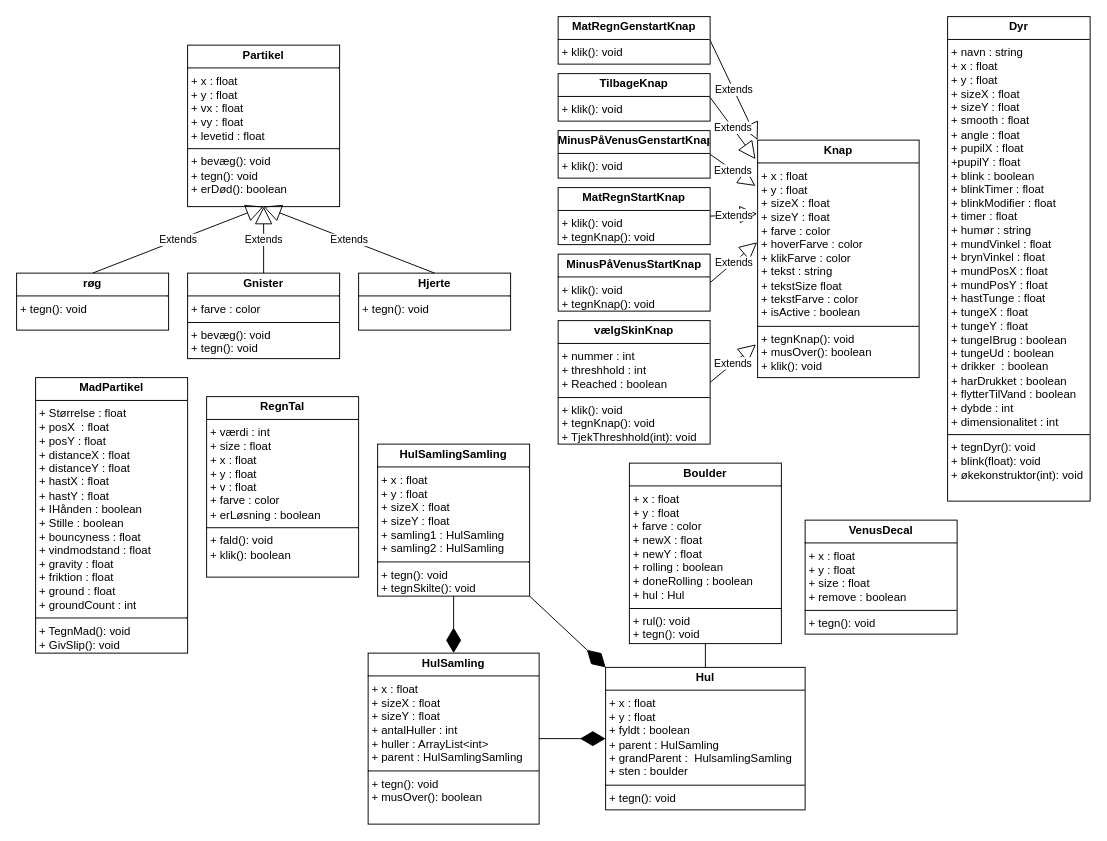
The draw.io diagram Klasse diagram kledyr.drawio in Penyatta/Digitalt-k-ledyr, before the edit. Source tidied: cells renumbered, new cells numbered last; positions are measured from the earlier drawing's top-left corner, leaving out a move shared by most shapes. Both pictures are drawn from the tidied source at 95%, with x=0, y=0 at pixel (16, 16).
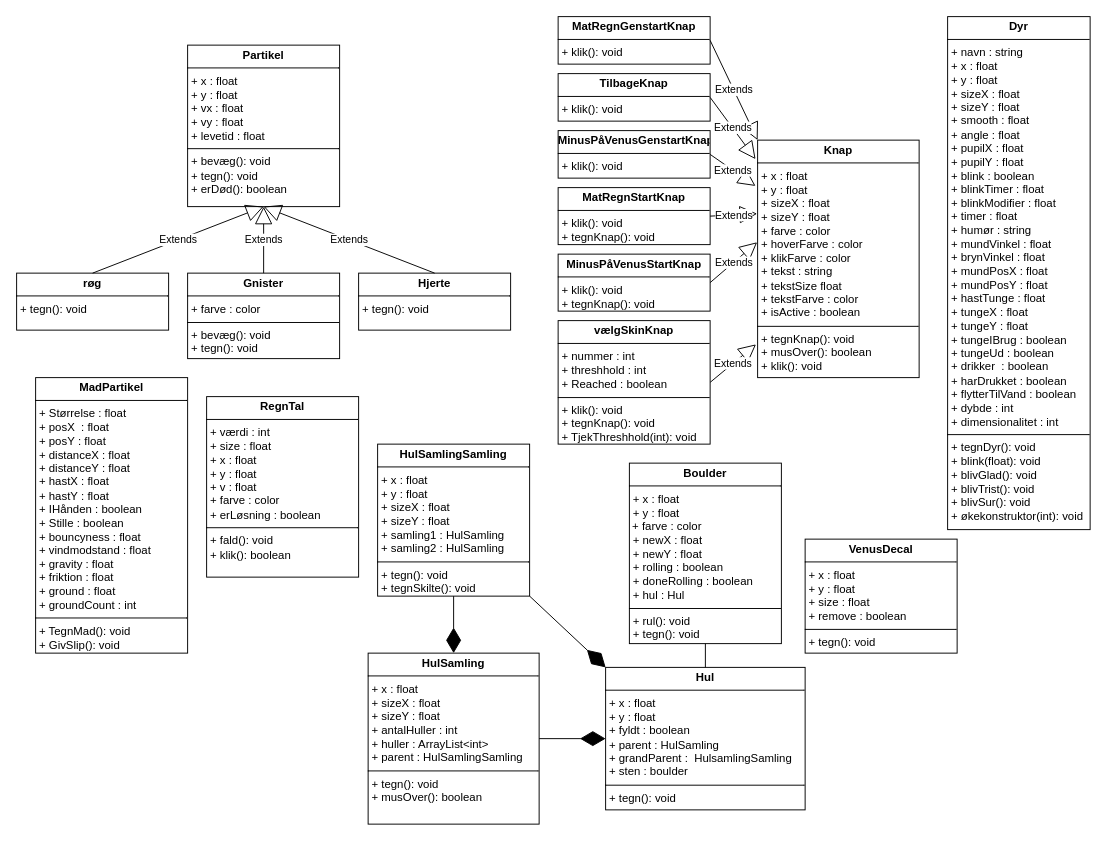
The same diagram, later.

The edit, as a diff of the source:
```diff
@@
-    <mxCell id="7" value="&lt;p style=&quot;margin:0px;margin-top:4px;text-align:center;&quot;&gt;&lt;b&gt;Dyr&lt;/b&gt;&lt;/p&gt;&lt;hr size=&quot;1&quot; style=&quot;border-style:solid;&quot;&gt;&lt;p style=&quot;margin:0px;margin-left:4px;&quot;&gt;+ navn : string&lt;/p&gt;&lt;p style=&quot;margin:0px;margin-left:4px;&quot;&gt;+ x :&amp;nbsp;&lt;span style=&quot;background-color: transparent; color: light-dark(rgb(0, 0, 0), rgb(255, 255, 255));&quot;&gt;float&lt;/span&gt;&lt;/p&gt;&lt;p style=&quot;margin:0px;margin-left:4px;&quot;&gt;+ y :&amp;nbsp;&lt;span style=&quot;background-color: transparent; color: light-dark(rgb(0, 0, 0), rgb(255, 255, 255));&quot;&gt;float&lt;/span&gt;&lt;/p&gt;&lt;p style=&quot;margin:0px;margin-left:4px;&quot;&gt;+ sizeX :&amp;nbsp;&lt;span style=&quot;background-color: transparent; color: light-dark(rgb(0, 0, 0), rgb(255, 255, 255));&quot;&gt;float&lt;/span&gt;&lt;/p&gt;&lt;p style=&quot;margin:0px;margin-left:4px;&quot;&gt;+ sizeY :&amp;nbsp;&lt;span style=&quot;background-color: transparent; color: light-dark(rgb(0, 0, 0), rgb(255, 255, 255));&quot;&gt;float&lt;/span&gt;&lt;/p&gt;&lt;p style=&quot;margin:0px;margin-left:4px;&quot;&gt;+ smooth :&amp;nbsp;&lt;span style=&quot;background-color: transparent; color: light-dark(rgb(0, 0, 0), rgb(255, 255, 255));&quot;&gt;float&lt;/span&gt;&lt;/p&gt;&lt;p style=&quot;margin:0px;margin-left:4px;&quot;&gt;+ angle :&amp;nbsp;&lt;span style=&quot;background-color: transparent; color: light-dark(rgb(0, 0, 0), rgb(255, 255, 255));&quot;&gt;float&lt;/span&gt;&lt;/p&gt;&lt;p style=&quot;margin:0px;margin-left:4px;&quot;&gt;+ pupilX&lt;span style=&quot;background-color: transparent; color: light-dark(rgb(0, 0, 0), rgb(255, 255, 255));&quot;&gt;&amp;nbsp;&lt;/span&gt;&lt;span style=&quot;background-color: transparent; color: light-dark(rgb(0, 0, 0), rgb(255, 255, 255));&quot;&gt;:&amp;nbsp;&lt;/span&gt;&lt;span style=&quot;background-color: transparent; color: light-dark(rgb(0, 0, 0), rgb(255, 255, 255));&quot;&gt;float&lt;/span&gt;&lt;/p&gt;&lt;p style=&quot;margin:0px;margin-left:4px;&quot;&gt;+pupilY&lt;span style=&quot;background-color: transparent; color: light-dark(rgb(0, 0, 0), rgb(255, 255, 255));&quot;&gt;&amp;nbsp;&lt;/span&gt;&lt;span style=&quot;background-color: transparent; color: light-dark(rgb(0, 0, 0), rgb(255, 255, 255));&quot;&gt;:&amp;nbsp;&lt;/span&gt;&lt;span style=&quot;background-color: transparent; color: light-dark(rgb(0, 0, 0), rgb(255, 255, 255));&quot;&gt;float&lt;/span&gt;&lt;/p&gt;&lt;p style=&quot;margin:0px;margin-left:4px;&quot;&gt;+ blink : boolean&lt;/p&gt;&lt;p style=&quot;margin:0px;margin-left:4px;&quot;&gt;+ blinkTimer&lt;span style=&quot;background-color: transparent; color: light-dark(rgb(0, 0, 0), rgb(255, 255, 255));&quot;&gt;&amp;nbsp;&lt;/span&gt;&lt;span style=&quot;background-color: transparent; color: light-dark(rgb(0, 0, 0), rgb(255, 255, 255));&quot;&gt;:&amp;nbsp;&lt;/span&gt;&lt;span style=&quot;background-color: transparent; color: light-dark(rgb(0, 0, 0), rgb(255, 255, 255));&quot;&gt;float&lt;/span&gt;&lt;/p&gt;&lt;p style=&quot;margin:0px;margin-left:4px;&quot;&gt;+ blinkModifier&lt;span style=&quot;background-color: transparent; color: light-dark(rgb(0, 0, 0), rgb(255, 255, 255));&quot;&gt;&amp;nbsp;&lt;/span&gt;&lt;span style=&quot;background-color: transparent; color: light-dark(rgb(0, 0, 0), rgb(255, 255, 255));&quot;&gt;:&amp;nbsp;&lt;/span&gt;&lt;span style=&quot;background-color: transparent; color: light-dark(rgb(0, 0, 0), rgb(255, 255, 255));&quot;&gt;float&lt;/span&gt;&lt;/p&gt;&lt;p style=&quot;margin:0px;margin-left:4px;&quot;&gt;+ timer&lt;span style=&quot;background-color: transparent; color: light-dark(rgb(0, 0, 0), rgb(255, 255, 255));&quot;&gt;&amp;nbsp;&lt;/span&gt;&lt;span style=&quot;background-color: transparent; color: light-dark(rgb(0, 0, 0), rgb(255, 255, 255));&quot;&gt;:&amp;nbsp;&lt;/span&gt;&lt;span style=&quot;background-color: transparent; color: light-dark(rgb(0, 0, 0), rgb(255, 255, 255));&quot;&gt;float&lt;/span&gt;&lt;/p&gt;&lt;p style=&quot;margin:0px;margin-left:4px;&quot;&gt;+ humør : string&lt;/p&gt;&lt;p style=&quot;margin:0px;margin-left:4px;&quot;&gt;+ mundVinkel&lt;span style=&quot;background-color: transparent; color: light-dark(rgb(0, 0, 0), rgb(255, 255, 255));&quot;&gt;&amp;nbsp;&lt;/span&gt;&lt;span style=&quot;background-color: transparent; color: light-dark(rgb(0, 0, 0), rgb(255, 255, 255));&quot;&gt;:&amp;nbsp;&lt;/span&gt;&lt;span style=&quot;background-color: transparent; color: light-dark(rgb(0, 0, 0), rgb(255, 255, 255));&quot;&gt;float&lt;/span&gt;&lt;/p&gt;&lt;p style=&quot;margin:0px;margin-left:4px;&quot;&gt;+ brynVinkel&lt;span style=&quot;background-color: transparent; color: light-dark(rgb(0, 0, 0), rgb(255, 255, 255));&quot;&gt;&amp;nbsp;&lt;/span&gt;&lt;span style=&quot;background-color: transparent; color: light-dark(rgb(0, 0, 0), rgb(255, 255, 255));&quot;&gt;:&amp;nbsp;&lt;/span&gt;&lt;span style=&quot;background-color: transparent; color: light-dark(rgb(0, 0, 0), rgb(255, 255, 255));&quot;&gt;float&lt;/span&gt;&lt;/p&gt;&lt;p style=&quot;margin:0px;margin-left:4px;&quot;&gt;+ mundPosX&lt;span style=&quot;background-color: transparent; color: light-dark(rgb(0, 0, 0), rgb(255, 255, 255));&quot;&gt;&amp;nbsp;&lt;/span&gt;&lt;span style=&quot;background-color: transparent; color: light-dark(rgb(0, 0, 0), rgb(255, 255, 255));&quot;&gt;:&amp;nbsp;&lt;/span&gt;&lt;span style=&quot;background-color: transparent; color: light-dark(rgb(0, 0, 0), rgb(255, 255, 255));&quot;&gt;float&lt;/span&gt;&lt;/p&gt;&lt;p style=&quot;margin:0px;margin-left:4px;&quot;&gt;+ mundPosY&lt;span style=&quot;background-color: transparent; color: light-dark(rgb(0, 0, 0), rgb(255, 255, 255));&quot;&gt;&amp;nbsp;&lt;/span&gt;&lt;span style=&quot;background-color: transparent; color: light-dark(rgb(0, 0, 0), rgb(255, 255, 255));&quot;&gt;:&amp;nbsp;&lt;/span&gt;&lt;span style=&quot;background-color: transparent; color: light-dark(rgb(0, 0, 0), rgb(255, 255, 255));&quot;&gt;float&lt;/span&gt;&lt;/p&gt;&lt;p style=&quot;margin:0px;margin-left:4px;&quot;&gt;+ hastTunge&lt;span style=&quot;background-color: transparent; color: light-dark(rgb(0, 0, 0), rgb(255, 255, 255));&quot;&gt;&amp;nbsp;&lt;/span&gt;&lt;span style=&quot;background-color: transparent; color: light-dark(rgb(0, 0, 0), rgb(255, 255, 255));&quot;&gt;:&amp;nbsp;&lt;/span&gt;&lt;span style=&quot;background-color: transparent; color: light-dark(rgb(0, 0, 0), rgb(255, 255, 255));&quot;&gt;float&lt;/span&gt;&lt;/p&gt;&lt;p style=&quot;margin:0px;margin-left:4px;&quot;&gt;+ tungeX&lt;span style=&quot;background-color: transparent; color: light-dark(rgb(0, 0, 0), rgb(255, 255, 255));&quot;&gt;&amp;nbsp;&lt;/span&gt;&lt;span style=&quot;background-color: transparent; color: light-dark(rgb(0, 0, 0), rgb(255, 255, 255));&quot;&gt;:&amp;nbsp;&lt;/span&gt;&lt;span style=&quot;background-color: transparent; color: light-dark(rgb(0, 0, 0), rgb(255, 255, 255));&quot;&gt;float&lt;/span&gt;&lt;/p&gt;&lt;p style=&quot;margin:0px;margin-left:4px;&quot;&gt;+ tungeY&lt;span style=&quot;background-color: transparent; color: light-dark(rgb(0, 0, 0), rgb(255, 255, 255));&quot;&gt;&amp;nbsp;&lt;/span&gt;&lt;span style=&quot;background-color: transparent; color: light-dark(rgb(0, 0, 0), rgb(255, 255, 255));&quot;&gt;:&amp;nbsp;&lt;/span&gt;&lt;span style=&quot;background-color: transparent; color: light-dark(rgb(0, 0, 0), rgb(255, 255, 255));&quot;&gt;float&lt;/span&gt;&lt;/p&gt;&lt;p style=&quot;margin:0px;margin-left:4px;&quot;&gt;+ tungeIBrug : boolean&lt;/p&gt;&lt;p style=&quot;margin:0px;margin-left:4px;&quot;&gt;+ tungeUd : boolean&lt;/p&gt;&lt;p style=&quot;margin:0px;margin-left:4px;&quot;&gt;+ drikker&amp;nbsp; : boolean&lt;/p&gt;&lt;p style=&quot;margin:0px;margin-left:4px;&quot;&gt;&lt;span style=&quot;background-color: transparent; color: light-dark(rgb(0, 0, 0), rgb(255, 255, 255));&quot;&gt;+ harDrukket : boolean&lt;/span&gt;&lt;/p&gt;&lt;p style=&quot;margin:0px;margin-left:4px;&quot;&gt;+ flytterTilVand : boolean&lt;/p&gt;&lt;p style=&quot;margin:0px;margin-left:4px;&quot;&gt;+ dybde : int&lt;/p&gt;&lt;p style=&quot;margin:0px;margin-left:4px;&quot;&gt;+ dimensionalitet : int&lt;/p&gt;&lt;hr size=&quot;1&quot; style=&quot;border-style:solid;&quot;&gt;&lt;p style=&quot;margin:0px;margin-left:4px;&quot;&gt;+ tegnDyr(): void&lt;/p&gt;&lt;p style=&quot;margin:0px;margin-left:4px;&quot;&gt;+ blink(float): void&lt;/p&gt;&lt;p style=&quot;margin:0px;margin-left:4px;&quot;&gt;+ økekonstruktor(int): void&lt;/p&gt;" style="verticalAlign=top;align=left;overflow=fill;html=1;whiteSpace=wrap;" parent="1" vertex="1">
-      <mxGeometry x="980" width="150" height="510" as="geometry" />
+    <mxCell id="7" value="&lt;p style=&quot;margin:0px;margin-top:4px;text-align:center;&quot;&gt;&lt;b&gt;Dyr&lt;/b&gt;&lt;/p&gt;&lt;hr size=&quot;1&quot; style=&quot;border-style:solid;&quot;&gt;&lt;p style=&quot;margin:0px;margin-left:4px;&quot;&gt;+ navn : string&lt;/p&gt;&lt;p style=&quot;margin:0px;margin-left:4px;&quot;&gt;+ x :&amp;nbsp;&lt;span style=&quot;background-color: transparent; color: light-dark(rgb(0, 0, 0), rgb(255, 255, 255));&quot;&gt;float&lt;/span&gt;&lt;/p&gt;&lt;p style=&quot;margin:0px;margin-left:4px;&quot;&gt;+ y :&amp;nbsp;&lt;span style=&quot;background-color: transparent; color: light-dark(rgb(0, 0, 0), rgb(255, 255, 255));&quot;&gt;float&lt;/span&gt;&lt;/p&gt;&lt;p style=&quot;margin:0px;margin-left:4px;&quot;&gt;+ sizeX :&amp;nbsp;&lt;span style=&quot;background-color: transparent; color: light-dark(rgb(0, 0, 0), rgb(255, 255, 255));&quot;&gt;float&lt;/span&gt;&lt;/p&gt;&lt;p style=&quot;margin:0px;margin-left:4px;&quot;&gt;+ sizeY :&amp;nbsp;&lt;span style=&quot;background-color: transparent; color: light-dark(rgb(0, 0, 0), rgb(255, 255, 255));&quot;&gt;float&lt;/span&gt;&lt;/p&gt;&lt;p style=&quot;margin:0px;margin-left:4px;&quot;&gt;+ smooth :&amp;nbsp;&lt;span style=&quot;background-color: transparent; color: light-dark(rgb(0, 0, 0), rgb(255, 255, 255));&quot;&gt;float&lt;/span&gt;&lt;/p&gt;&lt;p style=&quot;margin:0px;margin-left:4px;&quot;&gt;+ angle :&amp;nbsp;&lt;span style=&quot;background-color: transparent; color: light-dark(rgb(0, 0, 0), rgb(255, 255, 255));&quot;&gt;float&lt;/span&gt;&lt;/p&gt;&lt;p style=&quot;margin:0px;margin-left:4px;&quot;&gt;+ pupilX&lt;span style=&quot;background-color: transparent; color: light-dark(rgb(0, 0, 0), rgb(255, 255, 255));&quot;&gt;&amp;nbsp;&lt;/span&gt;&lt;span style=&quot;background-color: transparent; color: light-dark(rgb(0, 0, 0), rgb(255, 255, 255));&quot;&gt;:&amp;nbsp;&lt;/span&gt;&lt;span style=&quot;background-color: transparent; color: light-dark(rgb(0, 0, 0), rgb(255, 255, 255));&quot;&gt;float&lt;/span&gt;&lt;/p&gt;&lt;p style=&quot;margin:0px;margin-left:4px;&quot;&gt;+ pupilY&lt;span style=&quot;background-color: transparent; color: light-dark(rgb(0, 0, 0), rgb(255, 255, 255));&quot;&gt;&amp;nbsp;&lt;/span&gt;&lt;span style=&quot;background-color: transparent; color: light-dark(rgb(0, 0, 0), rgb(255, 255, 255));&quot;&gt;:&amp;nbsp;&lt;/span&gt;&lt;span style=&quot;background-color: transparent; color: light-dark(rgb(0, 0, 0), rgb(255, 255, 255));&quot;&gt;float&lt;/span&gt;&lt;/p&gt;&lt;p style=&quot;margin:0px;margin-left:4px;&quot;&gt;+ blink : boolean&lt;/p&gt;&lt;p style=&quot;margin:0px;margin-left:4px;&quot;&gt;+ blinkTimer&lt;span style=&quot;background-color: transparent; color: light-dark(rgb(0, 0, 0), rgb(255, 255, 255));&quot;&gt;&amp;nbsp;&lt;/span&gt;&lt;span style=&quot;background-color: transparent; color: light-dark(rgb(0, 0, 0), rgb(255, 255, 255));&quot;&gt;:&amp;nbsp;&lt;/span&gt;&lt;span style=&quot;background-color: transparent; color: light-dark(rgb(0, 0, 0), rgb(255, 255, 255));&quot;&gt;float&lt;/span&gt;&lt;/p&gt;&lt;p style=&quot;margin:0px;margin-left:4px;&quot;&gt;+ blinkModifier&lt;span style=&quot;background-color: transparent; color: light-dark(rgb(0, 0, 0), rgb(255, 255, 255));&quot;&gt;&amp;nbsp;&lt;/span&gt;&lt;span style=&quot;background-color: transparent; color: light-dark(rgb(0, 0, 0), rgb(255, 255, 255));&quot;&gt;:&amp;nbsp;&lt;/span&gt;&lt;span style=&quot;background-color: transparent; color: light-dark(rgb(0, 0, 0), rgb(255, 255, 255));&quot;&gt;float&lt;/span&gt;&lt;/p&gt;&lt;p style=&quot;margin:0px;margin-left:4px;&quot;&gt;+ timer&lt;span style=&quot;background-color: transparent; color: light-dark(rgb(0, 0, 0), rgb(255, 255, 255));&quot;&gt;&amp;nbsp;&lt;/span&gt;&lt;span style=&quot;background-color: transparent; color: light-dark(rgb(0, 0, 0), rgb(255, 255, 255));&quot;&gt;:&amp;nbsp;&lt;/span&gt;&lt;span style=&quot;background-color: transparent; color: light-dark(rgb(0, 0, 0), rgb(255, 255, 255));&quot;&gt;float&lt;/span&gt;&lt;/p&gt;&lt;p style=&quot;margin:0px;margin-left:4px;&quot;&gt;+ humør : string&lt;/p&gt;&lt;p style=&quot;margin:0px;margin-left:4px;&quot;&gt;+ mundVinkel&lt;span style=&quot;background-color: transparent; color: light-dark(rgb(0, 0, 0), rgb(255, 255, 255));&quot;&gt;&amp;nbsp;&lt;/span&gt;&lt;span style=&quot;background-color: transparent; color: light-dark(rgb(0, 0, 0), rgb(255, 255, 255));&quot;&gt;:&amp;nbsp;&lt;/span&gt;&lt;span style=&quot;background-color: transparent; color: light-dark(rgb(0, 0, 0), rgb(255, 255, 255));&quot;&gt;float&lt;/span&gt;&lt;/p&gt;&lt;p style=&quot;margin:0px;margin-left:4px;&quot;&gt;+ brynVinkel&lt;span style=&quot;background-color: transparent; color: light-dark(rgb(0, 0, 0), rgb(255, 255, 255));&quot;&gt;&amp;nbsp;&lt;/span&gt;&lt;span style=&quot;background-color: transparent; color: light-dark(rgb(0, 0, 0), rgb(255, 255, 255));&quot;&gt;:&amp;nbsp;&lt;/span&gt;&lt;span style=&quot;background-color: transparent; color: light-dark(rgb(0, 0, 0), rgb(255, 255, 255));&quot;&gt;float&lt;/span&gt;&lt;/p&gt;&lt;p style=&quot;margin:0px;margin-left:4px;&quot;&gt;+ mundPosX&lt;span style=&quot;background-color: transparent; color: light-dark(rgb(0, 0, 0), rgb(255, 255, 255));&quot;&gt;&amp;nbsp;&lt;/span&gt;&lt;span style=&quot;background-color: transparent; color: light-dark(rgb(0, 0, 0), rgb(255, 255, 255));&quot;&gt;:&amp;nbsp;&lt;/span&gt;&lt;span style=&quot;background-color: transparent; color: light-dark(rgb(0, 0, 0), rgb(255, 255, 255));&quot;&gt;float&lt;/span&gt;&lt;/p&gt;&lt;p style=&quot;margin:0px;margin-left:4px;&quot;&gt;+ mundPosY&lt;span style=&quot;background-color: transparent; color: light-dark(rgb(0, 0, 0), rgb(255, 255, 255));&quot;&gt;&amp;nbsp;&lt;/span&gt;&lt;span style=&quot;background-color: transparent; color: light-dark(rgb(0, 0, 0), rgb(255, 255, 255));&quot;&gt;:&amp;nbsp;&lt;/span&gt;&lt;span style=&quot;background-color: transparent; color: light-dark(rgb(0, 0, 0), rgb(255, 255, 255));&quot;&gt;float&lt;/span&gt;&lt;/p&gt;&lt;p style=&quot;margin:0px;margin-left:4px;&quot;&gt;+ hastTunge&lt;span style=&quot;background-color: transparent; color: light-dark(rgb(0, 0, 0), rgb(255, 255, 255));&quot;&gt;&amp;nbsp;&lt;/span&gt;&lt;span style=&quot;background-color: transparent; color: light-dark(rgb(0, 0, 0), rgb(255, 255, 255));&quot;&gt;:&amp;nbsp;&lt;/span&gt;&lt;span style=&quot;background-color: transparent; color: light-dark(rgb(0, 0, 0), rgb(255, 255, 255));&quot;&gt;float&lt;/span&gt;&lt;/p&gt;&lt;p style=&quot;margin:0px;margin-left:4px;&quot;&gt;+ tungeX&lt;span style=&quot;background-color: transparent; color: light-dark(rgb(0, 0, 0), rgb(255, 255, 255));&quot;&gt;&amp;nbsp;&lt;/span&gt;&lt;span style=&quot;background-color: transparent; color: light-dark(rgb(0, 0, 0), rgb(255, 255, 255));&quot;&gt;:&amp;nbsp;&lt;/span&gt;&lt;span style=&quot;background-color: transparent; color: light-dark(rgb(0, 0, 0), rgb(255, 255, 255));&quot;&gt;float&lt;/span&gt;&lt;/p&gt;&lt;p style=&quot;margin:0px;margin-left:4px;&quot;&gt;+ tungeY&lt;span style=&quot;background-color: transparent; color: light-dark(rgb(0, 0, 0), rgb(255, 255, 255));&quot;&gt;&amp;nbsp;&lt;/span&gt;&lt;span style=&quot;background-color: transparent; color: light-dark(rgb(0, 0, 0), rgb(255, 255, 255));&quot;&gt;:&amp;nbsp;&lt;/span&gt;&lt;span style=&quot;background-color: transparent; color: light-dark(rgb(0, 0, 0), rgb(255, 255, 255));&quot;&gt;float&lt;/span&gt;&lt;/p&gt;&lt;p style=&quot;margin:0px;margin-left:4px;&quot;&gt;+ tungeIBrug : boolean&lt;/p&gt;&lt;p style=&quot;margin:0px;margin-left:4px;&quot;&gt;+ tungeUd : boolean&lt;/p&gt;&lt;p style=&quot;margin:0px;margin-left:4px;&quot;&gt;+ drikker&amp;nbsp; : boolean&lt;/p&gt;&lt;p style=&quot;margin:0px;margin-left:4px;&quot;&gt;&lt;span style=&quot;background-color: transparent; color: light-dark(rgb(0, 0, 0), rgb(255, 255, 255));&quot;&gt;+ harDrukket : boolean&lt;/span&gt;&lt;/p&gt;&lt;p style=&quot;margin:0px;margin-left:4px;&quot;&gt;+ flytterTilVand : boolean&lt;/p&gt;&lt;p style=&quot;margin:0px;margin-left:4px;&quot;&gt;+ dybde : int&lt;/p&gt;&lt;p style=&quot;margin:0px;margin-left:4px;&quot;&gt;+ dimensionalitet : int&lt;/p&gt;&lt;hr size=&quot;1&quot; style=&quot;border-style:solid;&quot;&gt;&lt;p style=&quot;margin:0px;margin-left:4px;&quot;&gt;+ tegnDyr(): void&lt;/p&gt;&lt;p style=&quot;margin:0px;margin-left:4px;&quot;&gt;+ blink(float): void&lt;/p&gt;&lt;p style=&quot;margin:0px;margin-left:4px;&quot;&gt;+ blivGlad(): void&lt;/p&gt;&lt;p style=&quot;margin:0px;margin-left:4px;&quot;&gt;+ blivTrist(): void&lt;/p&gt;&lt;p style=&quot;margin:0px;margin-left:4px;&quot;&gt;+ blivSur(): void&amp;nbsp;&lt;/p&gt;&lt;p style=&quot;margin:0px;margin-left:4px;&quot;&gt;+ økekonstruktor(int): void&lt;/p&gt;" style="verticalAlign=top;align=left;overflow=fill;html=1;whiteSpace=wrap;" parent="1" vertex="1">
+      <mxGeometry x="980" width="150" height="540" as="geometry" />
     </mxCell>
@@
     <mxCell id="25" value="&lt;p style=&quot;margin:0px;margin-top:4px;text-align:center;&quot;&gt;&lt;b&gt;VenusDecal&lt;/b&gt;&lt;/p&gt;&lt;hr size=&quot;1&quot; style=&quot;border-style:solid;&quot;&gt;&lt;p style=&quot;margin:0px;margin-left:4px;&quot;&gt;+ x : float&lt;/p&gt;&lt;p style=&quot;margin:0px;margin-left:4px;&quot;&gt;+ y : float&lt;/p&gt;&lt;p style=&quot;margin:0px;margin-left:4px;&quot;&gt;+ size : float&lt;/p&gt;&lt;p style=&quot;margin:0px;margin-left:4px;&quot;&gt;+ remove : boolean&lt;/p&gt;&lt;hr size=&quot;1&quot; style=&quot;border-style:solid;&quot;&gt;&lt;p style=&quot;margin:0px;margin-left:4px;&quot;&gt;+ tegn(): void&lt;/p&gt;" style="verticalAlign=top;align=left;overflow=fill;html=1;whiteSpace=wrap;" parent="1" vertex="1">
-      <mxGeometry x="830" y="530" width="160" height="120" as="geometry" />
+      <mxGeometry x="830" y="550" width="160" height="120" as="geometry" />
     </mxCell>
```
